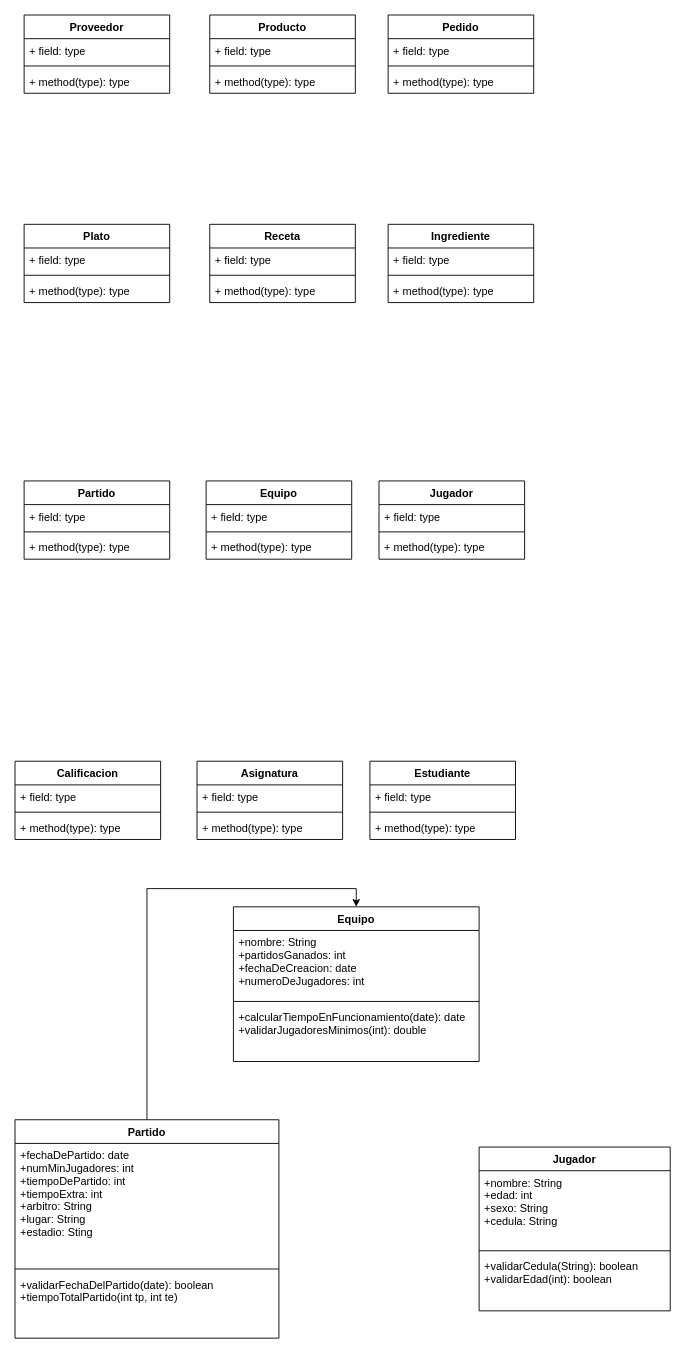
This is Untitled Diagram.drawio from AndyAbad21/Unidad_01_03, a draw.io file, before an edit. Source tidied: cells renumbered, new cells numbered last; positions are measured from the earlier drawing's top-left corner, leaving out a move shared by most shapes. Both pictures are drawn from the tidied source at 91%, with x=0, y=0 at pixel (15, 15).
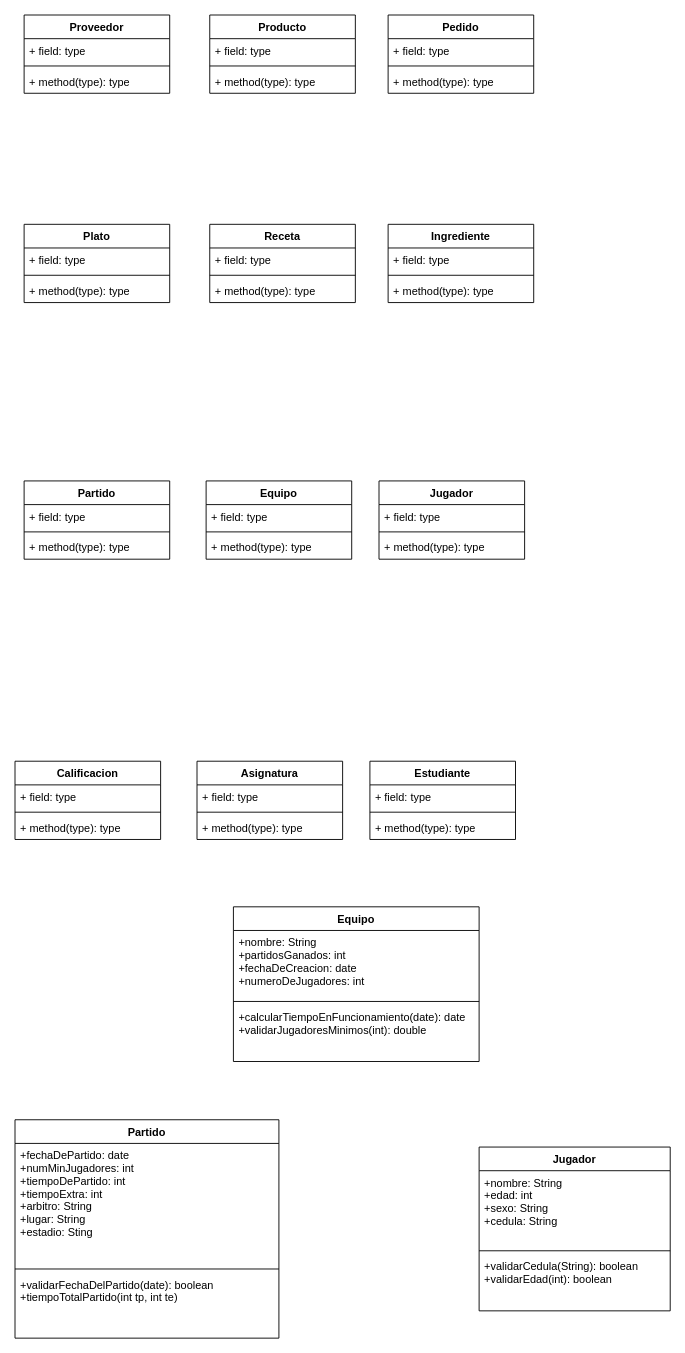
The same page after the edit.

The change refers to these unchanged cells:
```xml
<mxCell id="51" value="Partido" style="swimlane;fontStyle=1;align=center;verticalAlign=top;horizontal=1;startSize=26;" parent="1" vertex="1">
  <mxGeometry y="1214" width="290" height="240" as="geometry" />
</mxCell>
<mxCell id="55" value="Equipo" style="swimlane;fontStyle=1;align=center;verticalAlign=top;horizontal=1;startSize=26;" parent="1" vertex="1">
  <mxGeometry x="240" y="980" width="270" height="170" as="geometry" />
</mxCell>
```

Diff of the diagram source:
```diff
@@
-    <mxCell id="50" style="edgeStyle=orthogonalEdgeStyle;rounded=0;jettySize=auto;html=1;entryX=0.5;entryY=0;entryDx=0;entryDy=0;" parent="1" edge="1" source="51" target="55">
-      <mxGeometry relative="1" as="geometry" />
-    </mxCell>
```
